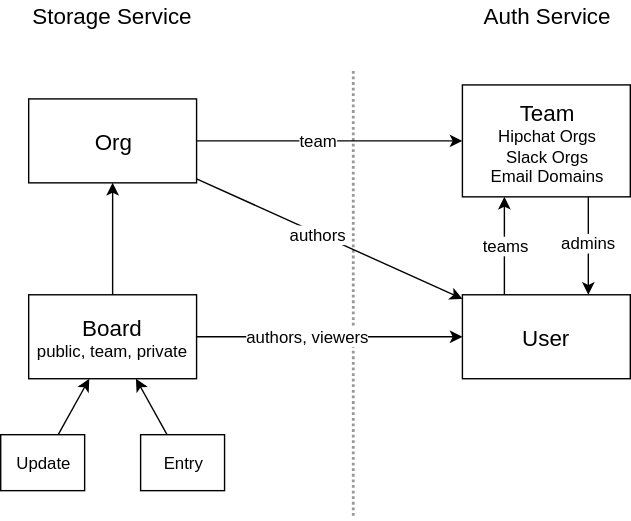
open-company/open-company-auth keeps this draw.io diagram as docs/OC-Authorization.svg. Above is the earlier version. Source tidied: cells renumbered, new cells last; positions are measured from the earlier drawing's top-left corner, leaving out a move shared by most shapes.
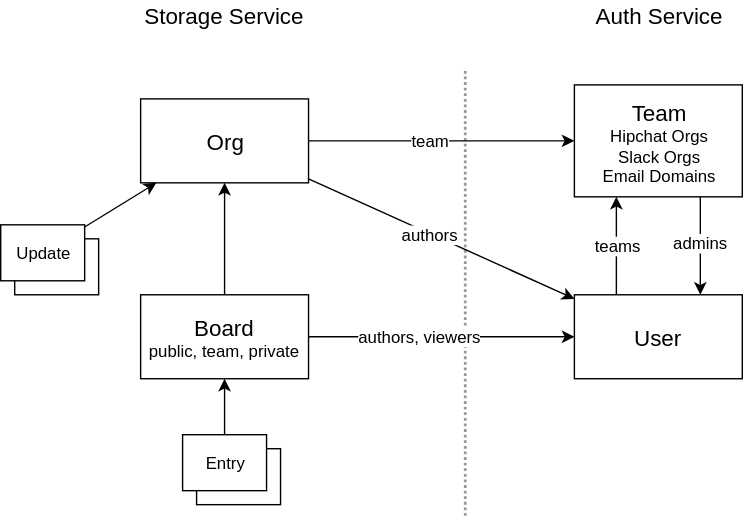
Later version of the same file.

Commit message:
Upgrade diagram and minor code cleanup.

Change to the diagram source:
```diff
@@ -11,13 +11,7 @@
     <mxCell id="4" style="endArrow=classic;html=1;strokeColor=#000000;fontSize=12;fontColor=#000000;" parent="1" edge="1" source="3" target="2">
       <mxGeometry relative="1" as="geometry" />
     </mxCell>
-    <mxCell id="5" value="Update" style="whiteSpace=wrap;html=1;fontSize=12;fontColor=#000000;align=center;" parent="1" vertex="1">
-      <mxGeometry y="310" width="60" height="40" as="geometry" />
-    </mxCell>
-    <mxCell id="6" value="Entry" style="whiteSpace=wrap;html=1;fontSize=12;fontColor=#000000;align=center;" parent="1" vertex="1">
-      <mxGeometry x="100" y="310" width="60" height="40" as="geometry" />
-    </mxCell>
-    <mxCell id="7" style="endArrow=classic;html=1;strokeColor=#000000;fontSize=12;fontColor=#000000;" parent="1" edge="1" source="5" target="3">
+    <mxCell id="7" style="endArrow=classic;html=1;strokeColor=#000000;fontSize=12;fontColor=#000000;" parent="1" edge="1" source="5" target="2">
       <mxGeometry relative="1" as="geometry" />
     </mxCell>
     <mxCell id="8" style="endArrow=classic;html=1;strokeColor=#000000;fontSize=12;fontColor=#000000;" parent="1" edge="1" source="6" target="3">
@@ -68,5 +62,17 @@
     <mxCell id="23" value="&lt;font color=&quot;#000000&quot;&gt;authors&lt;/font&gt;" style="text;html=1;align=center;verticalAlign=middle;labelBackgroundColor=#ffffff;fontSize=12;fontColor=#FF3333;" parent="22" vertex="1">
       <mxGeometry x="-0.09" relative="1" as="geometry" />
     </mxCell>
+    <mxCell id="24" value="Update" style="whiteSpace=wrap;html=1;fontSize=12;fontColor=#000000;align=center;" parent="1" vertex="1">
+      <mxGeometry x="-70" y="170" width="60" height="40" as="geometry" />
+    </mxCell>
+    <mxCell id="5" value="Update" style="whiteSpace=wrap;html=1;fontSize=12;fontColor=#000000;align=center;" parent="1" vertex="1">
+      <mxGeometry x="-80" y="160" width="60" height="40" as="geometry" />
+    </mxCell>
+    <mxCell id="25" value="Entry" style="whiteSpace=wrap;html=1;fontSize=12;fontColor=#000000;align=center;" parent="1" vertex="1">
+      <mxGeometry x="60" y="320" width="60" height="40" as="geometry" />
+    </mxCell>
+    <mxCell id="6" value="Entry" style="whiteSpace=wrap;html=1;fontSize=12;fontColor=#000000;align=center;" parent="1" vertex="1">
+      <mxGeometry x="50" y="310" width="60" height="40" as="geometry" />
+    </mxCell>
   </root>
 </mxGraphModel>
```
